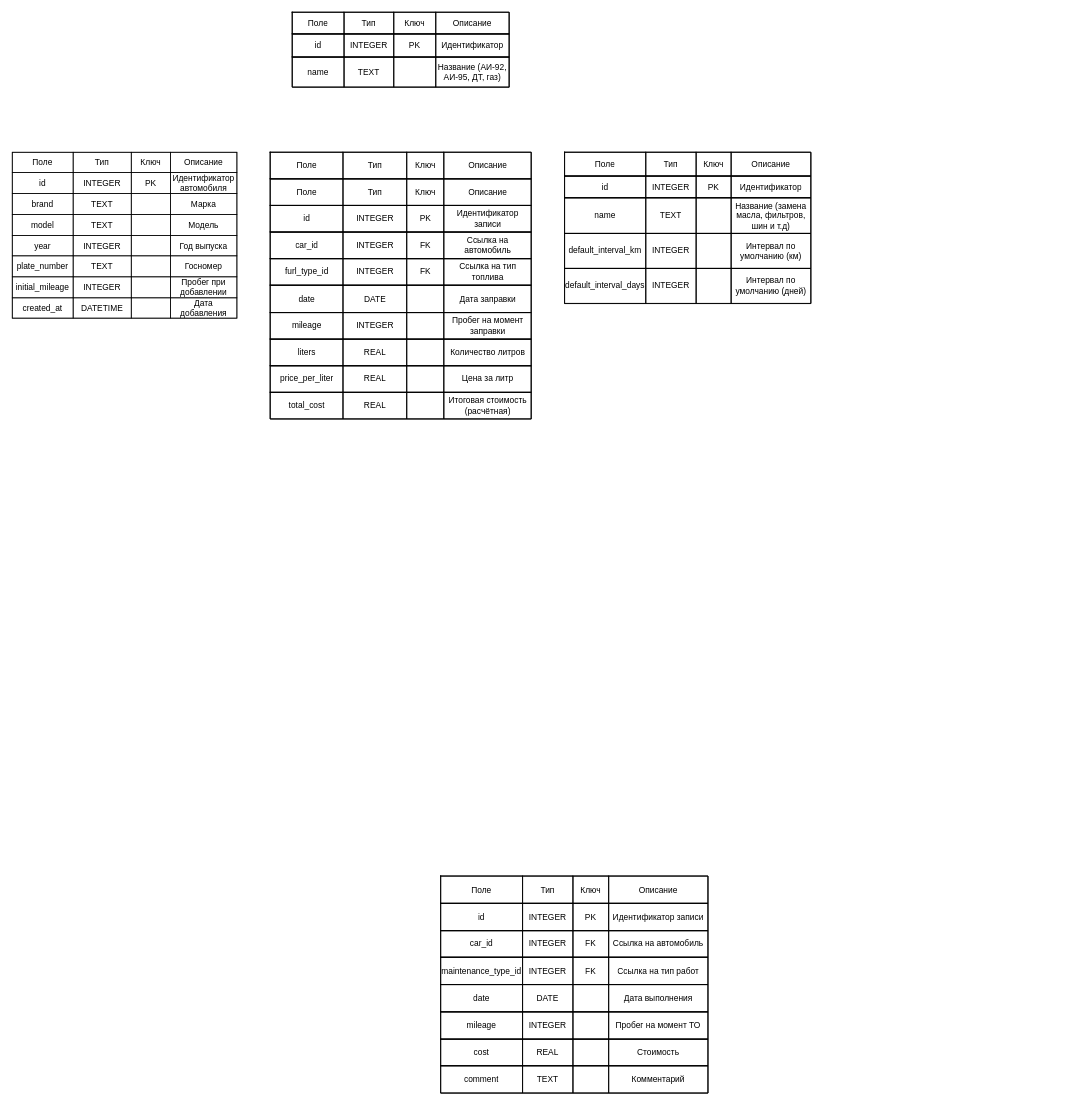
maxplusnin-afk/Plusnin-Maxim keeps this draw.io diagram as ER-диаграмма.drawio. Above is the earlier version. Source tidied: cells renumbered, new cells numbered last; positions are measured from the earlier drawing's top-left corner, leaving out a move shared by most shapes. Both pictures are drawn from the tidied source at 70%, with x=0, y=0 at pixel (12, 12).
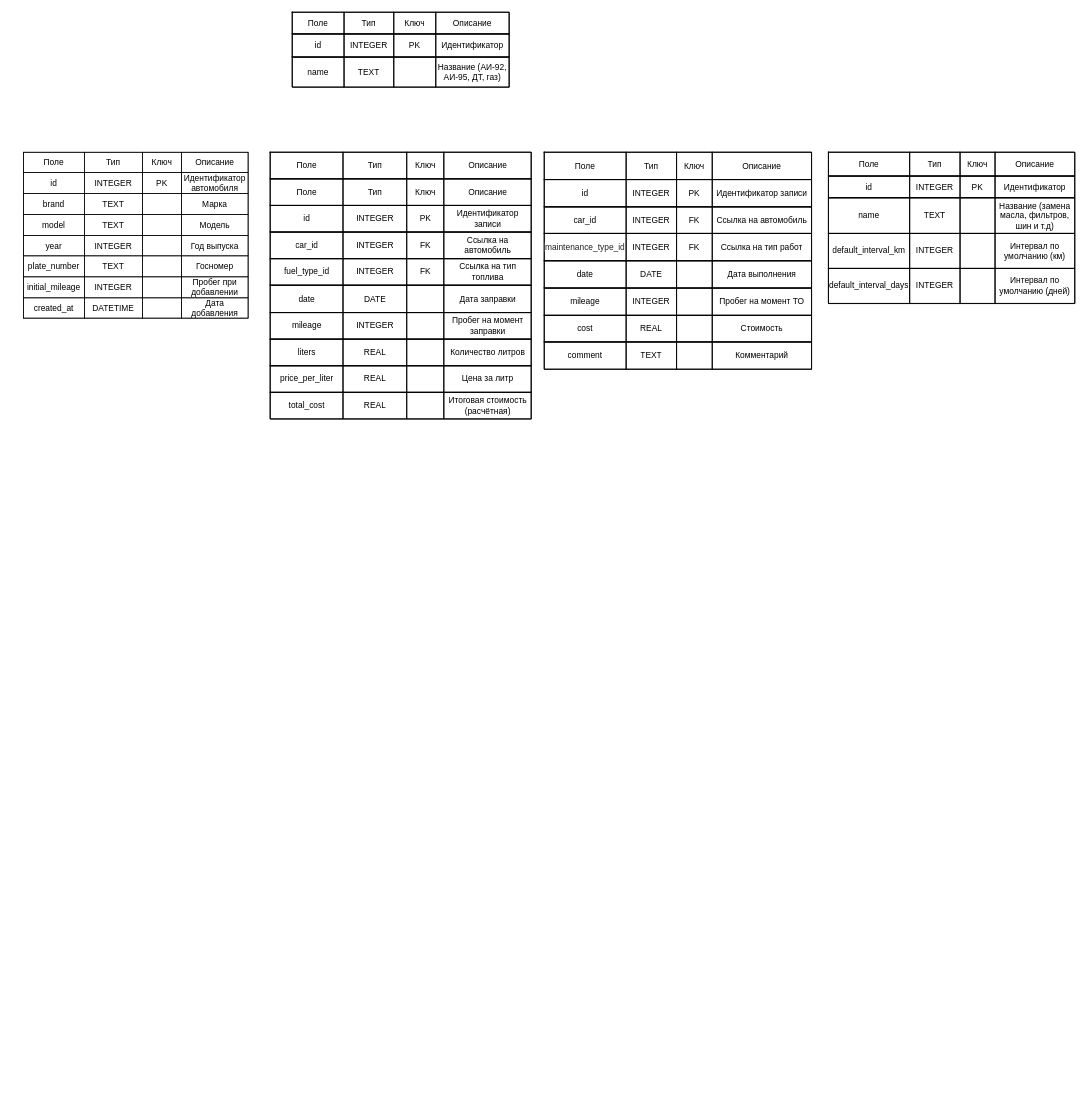
After the change.

Commit message:
Замена файла ER-диаграмма.

Исправление ошибок.

Unchanged cells that the change refers to:
```xml
<mxCell id="106" style="shape=tableRow;horizontal=0;startSize=0;swimlaneHead=0;swimlaneBody=0;strokeColor=inherit;fillColor=none;fixedHeader=1;" parent="85" vertex="1">
  <mxGeometry y="152" width="372.8" height="38" as="geometry" />
</mxCell>
<mxCell id="152" style="shape=tableRow;horizontal=0;startSize=0;swimlaneHead=0;swimlaneBody=0;strokeColor=inherit;fillColor=none;fixedHeader=1;" parent="136" vertex="1">
  <mxGeometry y="116" width="381.8" height="39" as="geometry" />
</mxCell>
```

What changed in the source:
```diff
@@
     <mxCell id="2" style="childLayout=tableLayout;shadow=0;fillColor=none;" parent="1" vertex="1">
-      <mxGeometry y="200" width="320.9" height="237" as="geometry" />
+      <mxGeometry x="16" y="200" width="320.9" height="237" as="geometry" />
     </mxCell>
@@
     <mxCell id="59" style="shape=table;startSize=0;childLayout=tableLayout;fixedHeader=1;tableRender=collapsed;" parent="1" vertex="1">
-      <mxGeometry x="789" y="200" width="351.8" height="216.2" as="geometry" />
+      <mxGeometry x="1166" y="200" width="351.8" height="216.2" as="geometry" />
     </mxCell>
@@
-    <mxCell id="107" value="furl_type_id" style="shape=partialRectangle;html=1;whiteSpace=wrap;strokeColor=inherit;overflow=hidden;fillColor=none;" parent="106" vertex="1">
+    <mxCell id="107" value="fuel_type_id" style="shape=partialRectangle;html=1;whiteSpace=wrap;strokeColor=inherit;overflow=hidden;fillColor=none;" parent="106" vertex="1">
       <mxGeometry width="104" height="38" as="geometry" />
     </mxCell>
@@
     <mxCell id="136" style="shape=table;startSize=0;childLayout=tableLayout;fixedHeader=1;tableRender=collapsed;" parent="1" vertex="1">
-      <mxGeometry x="612" y="1234" width="381.8" height="310" as="geometry" />
+      <mxGeometry x="760" y="200" width="381.8" height="310" as="geometry" />
     </mxCell>
@@
-    <mxCell id="153" value="maintenance_type_id" style="shape=partialRectangle;html=1;whiteSpace=wrap;strokeColor=inherit;overflow=hidden;fillColor=none;" parent="152" vertex="1">
+    <mxCell id="153" value="&lt;span style=&quot;color: rgb(31, 35, 40); text-align: start; background-color: rgb(255, 255, 255);&quot;&gt;&lt;font style=&quot;&quot;&gt;maintenance_type_id&lt;/font&gt;&lt;/span&gt;" style="shape=partialRectangle;html=1;whiteSpace=wrap;strokeColor=inherit;overflow=hidden;fillColor=none;" parent="152" vertex="1">
       <mxGeometry width="117" height="39" as="geometry" />
     </mxCell>
```
